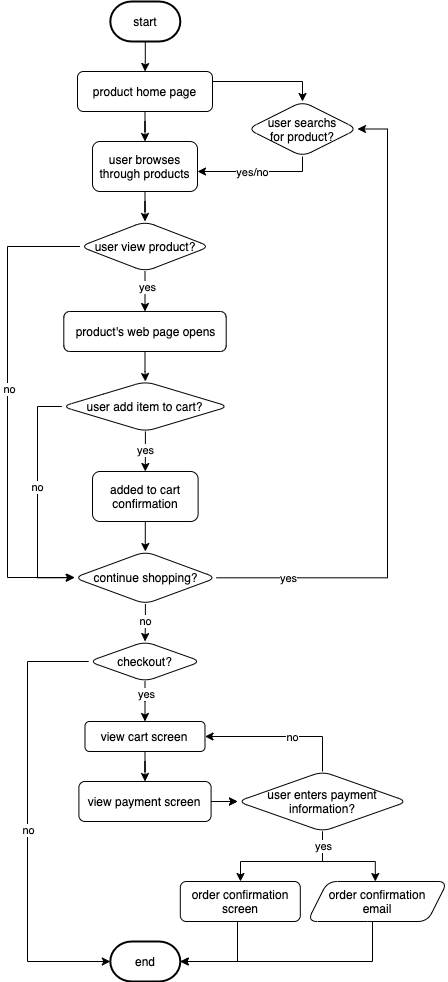
dorothyychou/fa21-cse110-lab4 keeps this draw.io diagram as explore/diagramming/diagram.drawio.png. Above is the earlier version. Source tidied: cells renumbered, new cells last; positions are measured from the earlier drawing's top-left corner, leaving out a move shared by most shapes.
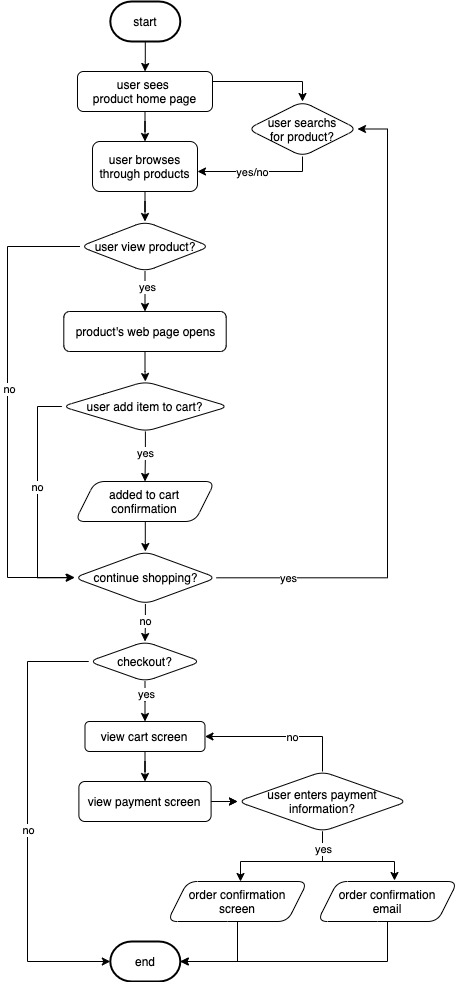
The same file after the commit.

Diff of the diagram source:
```diff
@@ -18,7 +18,7 @@
         </Array>
       </mxGeometry>
     </mxCell>
-    <mxCell id="6" value="&lt;font style=&quot;font-size: 12px&quot;&gt;product home page&lt;/font&gt;" style="html=1;dashed=0;whitespace=wrap;rounded=1;" parent="1" vertex="1">
+    <mxCell id="6" value="&lt;font style=&quot;font-size: 12px&quot;&gt;user sees &lt;br&gt;product home page&lt;/font&gt;" style="html=1;dashed=0;whitespace=wrap;rounded=1;" parent="1" vertex="1">
       <mxGeometry x="70" y="70" width="135" height="40" as="geometry" />
     </mxCell>
     <mxCell id="7" style="edgeStyle=orthogonalEdgeStyle;rounded=0;jettySize=auto;html=1;" parent="1" edge="1" source="9" target="11">
@@ -93,7 +93,7 @@
     <mxCell id="23" value="product's web page opens" style="html=1;dashed=0;whitespace=wrap;rounded=1;" parent="1" vertex="1">
       <mxGeometry x="56.3" y="310" width="162.4" height="40" as="geometry" />
     </mxCell>
-    <mxCell id="24" style="edgeStyle=orthogonalEdgeStyle;rounded=0;jettySize=auto;html=1;" parent="1" edge="1" source="27" target="29">
+    <mxCell id="24" style="edgeStyle=orthogonalEdgeStyle;rounded=0;jettySize=auto;html=1;entryX=0.5;entryY=0;entryDx=0;entryDy=0;" parent="1" edge="1" source="27" target="29">
       <mxGeometry relative="1" as="geometry" />
     </mxCell>
     <mxCell id="25" value="yes" style="edgeLabel;html=1;align=center;verticalAlign=middle;" parent="24" vertex="1">
@@ -112,12 +112,11 @@
     <mxCell id="27" value="user add item to cart?" style="rhombus;whiteSpace=wrap;html=1;rounded=1;dashed=0;" parent="1" vertex="1">
       <mxGeometry x="54.4" y="380" width="166.9" height="50" as="geometry" />
     </mxCell>
-    <mxCell id="28" style="edgeStyle=orthogonalEdgeStyle;rounded=0;jettySize=auto;html=1;" parent="1" edge="1" source="29" target="21">
-      <mxGeometry relative="1" as="geometry" />
+    <mxCell id="28" style="edgeStyle=orthogonalEdgeStyle;rounded=0;jettySize=auto;html=1;" parent="1" edge="1" target="21">
+      <mxGeometry relative="1" as="geometry">
+        <mxPoint x="137.8" y="520" as="sourcePoint" />
+      </mxGeometry>
     </mxCell>
-    <mxCell id="29" value="added to cart confirmation" style="whiteSpace=wrap;html=1;rounded=1;dashed=0;" parent="1" vertex="1">
-      <mxGeometry x="85" y="470" width="105.6" height="50" as="geometry" />
-    </mxCell>
     <mxCell id="30" style="edgeStyle=orthogonalEdgeStyle;rounded=0;jettySize=auto;html=1;" parent="1" edge="1" source="34" target="36">
       <mxGeometry relative="1" as="geometry" />
     </mxCell>
@@ -156,20 +155,20 @@
     <mxCell id="40" value="&lt;font style=&quot;font-size: 12px&quot;&gt;end&lt;br&gt;&lt;/font&gt;" style="strokeWidth=2;html=1;shape=mxgraph.flowchart.terminator;whiteSpace=wrap;" parent="1" vertex="1">
       <mxGeometry x="102.8" y="940" width="70" height="40" as="geometry" />
     </mxCell>
-    <mxCell id="41" style="edgeStyle=orthogonalEdgeStyle;rounded=0;jettySize=auto;html=1;" parent="1" edge="1" source="46" target="48">
+    <mxCell id="41" style="edgeStyle=orthogonalEdgeStyle;rounded=0;jettySize=auto;html=1;" parent="1" edge="1" source="46">
       <mxGeometry relative="1" as="geometry">
+        <mxPoint x="233" y="880" as="targetPoint" />
         <Array as="points">
           <mxPoint x="315" y="860" />
           <mxPoint x="233" y="860" />
         </Array>
       </mxGeometry>
     </mxCell>
-    <mxCell id="42" style="edgeStyle=orthogonalEdgeStyle;rounded=0;jettySize=auto;html=1;entryX=0.5;entryY=0;entryDx=0;entryDy=0;" parent="1" edge="1" source="46">
+    <mxCell id="42" style="edgeStyle=orthogonalEdgeStyle;rounded=0;jettySize=auto;html=1;entryX=0.55;entryY=-0.025;entryDx=0;entryDy=0;entryPerimeter=0;" parent="1" edge="1" source="46" target="50">
       <mxGeometry relative="1" as="geometry">
-        <mxPoint x="367.8" y="880" as="targetPoint" />
         <Array as="points">
           <mxPoint x="315" y="860" />
-          <mxPoint x="368" y="860" />
+          <mxPoint x="387" y="860" />
         </Array>
       </mxGeometry>
     </mxCell>
@@ -191,26 +190,30 @@
     <mxCell id="46" value="user enters payment information?" style="rhombus;whiteSpace=wrap;html=1;rounded=1;dashed=0;" parent="1" vertex="1">
       <mxGeometry x="230" y="770" width="170" height="60" as="geometry" />
     </mxCell>
-    <mxCell id="47" style="edgeStyle=orthogonalEdgeStyle;rounded=0;jettySize=auto;html=1;" parent="1" edge="1" source="48" target="40">
+    <mxCell id="47" style="edgeStyle=orthogonalEdgeStyle;rounded=0;jettySize=auto;html=1;" parent="1" edge="1" target="40">
       <mxGeometry relative="1" as="geometry">
+        <mxPoint x="230" y="920" as="sourcePoint" />
         <Array as="points">
           <mxPoint x="230" y="960" />
         </Array>
       </mxGeometry>
     </mxCell>
-    <mxCell id="48" value="order confirmation screen" style="whiteSpace=wrap;html=1;rounded=1;dashed=0;" parent="1" vertex="1">
-      <mxGeometry x="172.8" y="880" width="120" height="40" as="geometry" />
-    </mxCell>
     <mxCell id="49" style="edgeStyle=orthogonalEdgeStyle;rounded=0;jettySize=auto;html=1;exitX=0.438;exitY=1;exitDx=0;exitDy=0;exitPerimeter=0;" parent="1" edge="1" source="50" target="40">
       <mxGeometry relative="1" as="geometry">
         <Array as="points">
-          <mxPoint x="365" y="920" />
-          <mxPoint x="365" y="960" />
+          <mxPoint x="380" y="920" />
+          <mxPoint x="380" y="960" />
         </Array>
       </mxGeometry>
     </mxCell>
     <mxCell id="50" value="&lt;span&gt;order confirmation&lt;br&gt;email&lt;/span&gt;" style="shape=parallelogram;perimeter=parallelogramPerimeter;whiteSpace=wrap;html=1;fixedSize=1;size=20;rounded=1;" parent="1" vertex="1">
-      <mxGeometry x="300" y="880" width="140" height="40" as="geometry" />
+      <mxGeometry x="310" y="880" width="140" height="40" as="geometry" />
     </mxCell>
+    <mxCell id="29" value="added to cart&lt;br&gt;confirmation" style="shape=parallelogram;perimeter=parallelogramPerimeter;whiteSpace=wrap;html=1;fixedSize=1;size=20;rounded=1;" parent="1" vertex="1">
+      <mxGeometry x="67.5" y="480" width="140" height="40" as="geometry" />
+    </mxCell>
+    <mxCell id="48" value="&lt;span&gt;order confirmation&lt;br&gt;screen&lt;br&gt;&lt;/span&gt;" style="shape=parallelogram;perimeter=parallelogramPerimeter;whiteSpace=wrap;html=1;fixedSize=1;size=20;rounded=1;" parent="1" vertex="1">
+      <mxGeometry x="160" y="880" width="140" height="40" as="geometry" />
+    </mxCell>
   </root>
 </mxGraphModel>
```
